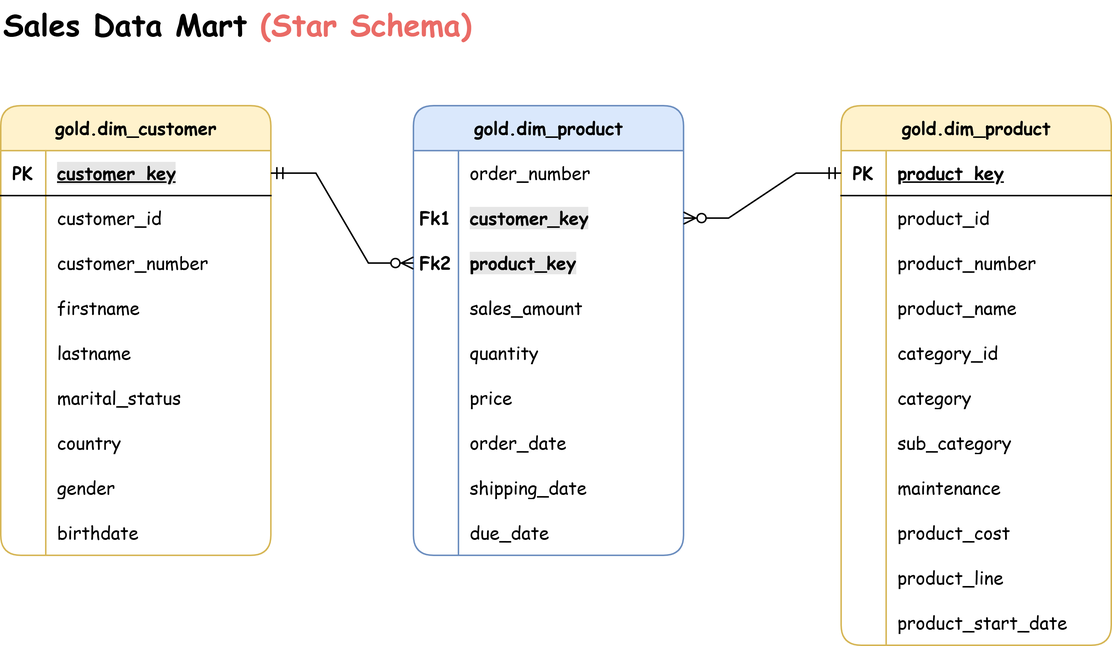
The draw.io diagram docs/Data_Mart.png in CodewithDeep23/Data-Warehouse-and-Analytics-Project, before a commit. Source tidied: cells renumbered, new cells last; positions are measured from the earlier drawing's top-left corner, leaving out a move shared by most shapes.
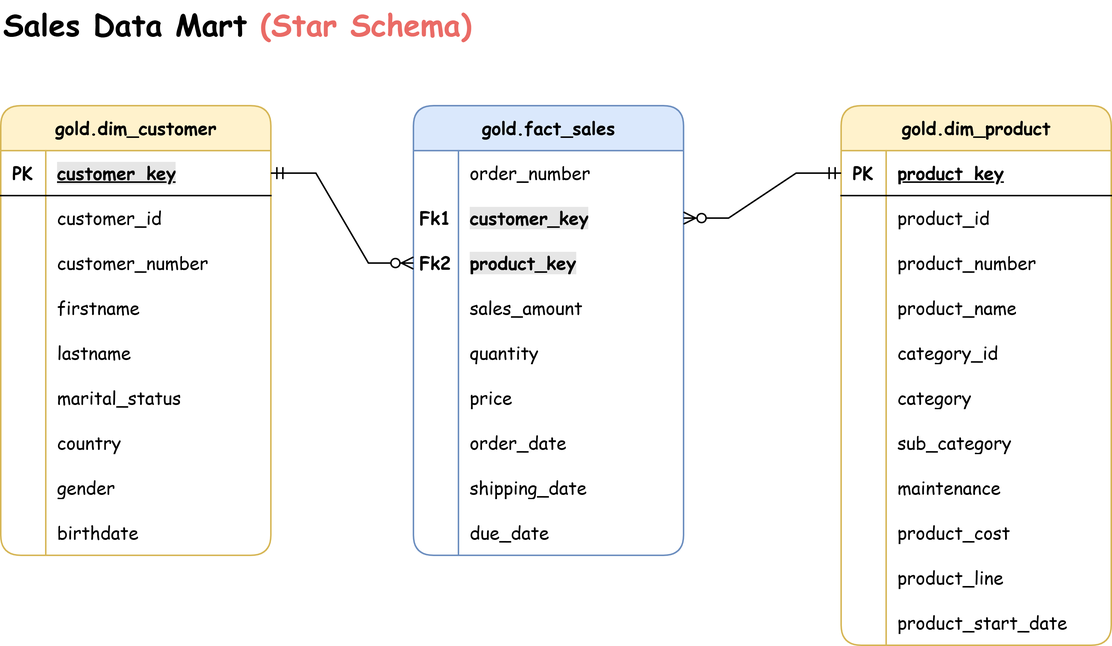
After the commit.

What changed in the source:
```diff
@@ -86,7 +86,7 @@
     <mxCell id="29" value="birthdate" style="shape=partialRectangle;fillColor=none;top=0;left=0;bottom=0;right=0;align=left;spacingLeft=6;overflow=hidden;whiteSpace=wrap;html=1;fontFamily=Comic Sans MS;" parent="27" vertex="1">
       <mxGeometry x="30" width="150" height="30" as="geometry" />
     </mxCell>
-    <mxCell id="30" value="gold.dim_product" style="shape=table;startSize=30;rowLines=0;fontStyle=1;align=center;html=1;fontFamily=Comic Sans MS;labelBorderColor=none;rounded=1;fillColor=#dae8fc;strokeColor=#6c8ebf;" parent="1" vertex="1">
+    <mxCell id="30" value="gold.fact_sales" style="shape=table;startSize=30;rowLines=0;fontStyle=1;align=center;html=1;fontFamily=Comic Sans MS;labelBorderColor=none;rounded=1;fillColor=#dae8fc;strokeColor=#6c8ebf;" parent="1" vertex="1">
       <mxGeometry x="275" y="70" width="180" height="300" as="geometry" />
     </mxCell>
     <mxCell id="31" style="shape=tableRow;horizontal=0;startSize=0;swimlaneHead=0;swimlaneBody=0;fillColor=none;top=0;left=0;right=0;bottom=0;fontFamily=Comic Sans MS;" parent="30" vertex="1">
```
